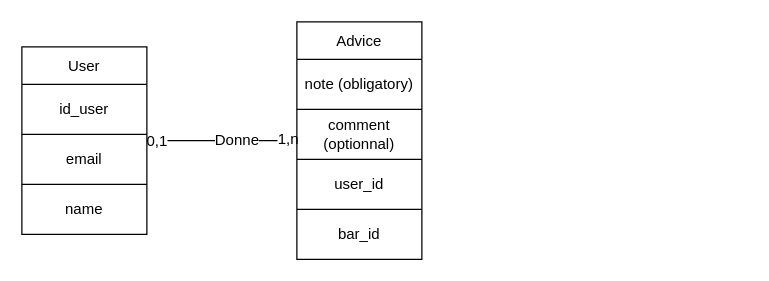
Jeremy-Cloarec/game-bars-lyon keeps this draw.io diagram as Diagramme sans nom.drawio. Above is the earlier version. Source tidied: cells renumbered, new cells numbered last; positions are measured from the earlier drawing's top-left corner, leaving out a move shared by most shapes. Both pictures are drawn from the tidied source at 125%, with x=0, y=0 at pixel (21, 21).
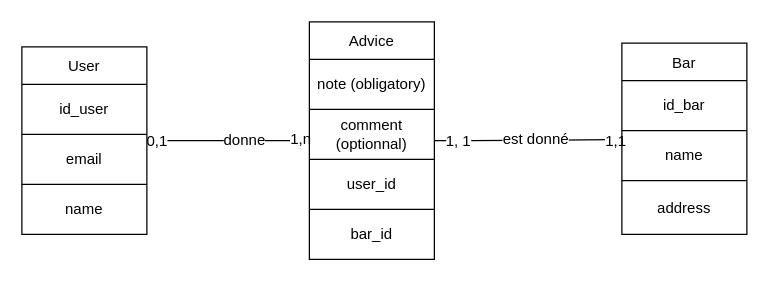
After the change.

Commit message:
Mettre à jour Diagramme sans nom.drawio

Unchanged cells that the change refers to:
```xml
<mxCell id="2" style="edgeStyle=none;curved=1;rounded=0;jettySize=auto;html=1;fontSize=12;startSize=8;endSize=8;" parent="1" edge="1" source="6" target="13">
  <mxGeometry relative="1" as="geometry" />
</mxCell>
```

What changed in the source:
```diff
@@
-    <mxCell id="3" value="Donne" style="edgeLabel;html=1;align=center;verticalAlign=middle;fontSize=12;" parent="2" vertex="1">
+    <mxCell id="3" value="donne" style="edgeLabel;html=1;align=center;verticalAlign=middle;fontSize=12;" parent="2" vertex="1">
       <mxGeometry x="0.19" y="1" relative="1" as="geometry" />
     </mxCell>
@@
+    <mxCell id="22" style="edgeStyle=none;curved=1;rounded=0;jettySize=auto;html=1;fontSize=12;startSize=8;endSize=8;" parent="1" edge="1" source="13" target="26">
+      <mxGeometry relative="1" as="geometry">
+        <Array as="points">
+          <mxPoint x="390" y="95" />
+        </Array>
+      </mxGeometry>
+    </mxCell>
+    <mxCell id="23" value="est donné" style="edgeLabel;html=1;align=center;verticalAlign=middle;fontSize=12;" parent="22" vertex="1">
+      <mxGeometry x="0.01" y="1" relative="1" as="geometry">
+        <mxPoint x="5" as="offset" />
+      </mxGeometry>
+    </mxCell>
+    <mxCell id="24" value="1, 1" style="edgeLabel;html=1;align=center;verticalAlign=middle;fontSize=12;" parent="22" vertex="1">
+      <mxGeometry x="-0.76" relative="1" as="geometry" />
+    </mxCell>
+    <mxCell id="25" value="1,1" style="edgeLabel;html=1;align=center;verticalAlign=middle;fontSize=12;" parent="22" vertex="1">
+      <mxGeometry x="0.92" y="-1" relative="1" as="geometry" />
+    </mxCell>
     <mxCell id="13" value="Advice" style="shape=table;startSize=30;childLayout=tableLayout;" parent="1" vertex="1">
-      <mxGeometry x="220" width="100" height="190" as="geometry" />
+      <mxGeometry x="230" width="100" height="190" as="geometry" />
     </mxCell>
@@
+    <mxCell id="26" value="Bar" style="shape=table;startSize=30;childLayout=tableLayout;" parent="1" vertex="1">
+      <mxGeometry x="480" y="17" width="100" height="153" as="geometry" />
+    </mxCell>
+    <mxCell id="27" style="shape=tableRow;horizontal=0;startSize=0;swimlaneHead=0;swimlaneBody=0;strokeColor=inherit;top=0;left=0;bottom=0;right=0;fillColor=none;" parent="26" vertex="1">
+      <mxGeometry y="30" width="100" height="40" as="geometry" />
+    </mxCell>
+    <mxCell id="28" value="id_bar" style="shape=partialRectangle;html=1;whiteSpace=wrap;strokeColor=inherit;overflow=hidden;fillColor=none;top=0;left=0;bottom=0;right=0;" parent="27" vertex="1">
+      <mxGeometry width="100" height="40" as="geometry" />
+    </mxCell>
+    <mxCell id="29" style="shape=tableRow;horizontal=0;startSize=0;swimlaneHead=0;swimlaneBody=0;strokeColor=inherit;top=0;left=0;bottom=0;right=0;fillColor=none;" parent="26" vertex="1">
+      <mxGeometry y="70" width="100" height="40" as="geometry" />
+    </mxCell>
+    <mxCell id="30" value="name" style="shape=partialRectangle;html=1;whiteSpace=wrap;strokeColor=inherit;overflow=hidden;fillColor=none;top=0;left=0;bottom=0;right=0;" parent="29" vertex="1">
+      <mxGeometry width="100" height="40" as="geometry" />
+    </mxCell>
+    <mxCell id="31" style="shape=tableRow;horizontal=0;startSize=0;swimlaneHead=0;swimlaneBody=0;strokeColor=inherit;top=0;left=0;bottom=0;right=0;fillColor=none;" parent="26" vertex="1">
+      <mxGeometry y="110" width="100" height="43" as="geometry" />
+    </mxCell>
+    <mxCell id="32" value="address" style="shape=partialRectangle;html=1;whiteSpace=wrap;strokeColor=inherit;overflow=hidden;fillColor=none;top=0;left=0;bottom=0;right=0;" parent="31" vertex="1">
+      <mxGeometry width="100" height="43" as="geometry" />
+    </mxCell>
```
